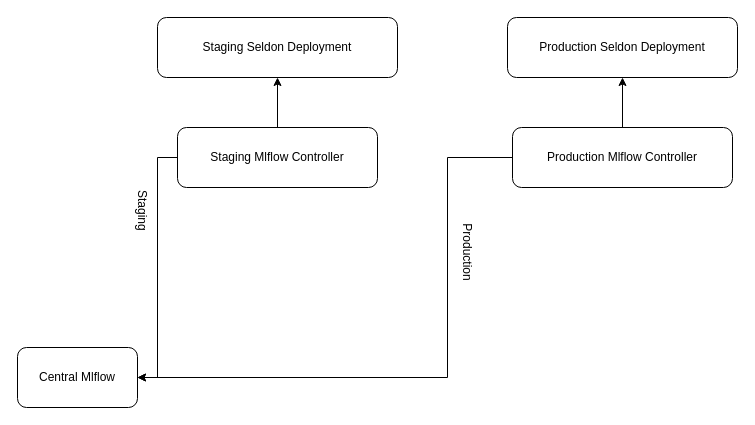
The draw.io diagram doc/Mlflow Deployment controller.drawio in rocket9-code/mlflow-deployment-controller, before the edit. Source tidied: cells renumbered, new cells numbered last; positions are measured from the earlier drawing's top-left corner, leaving out a move shared by most shapes. Both pictures are drawn from the tidied source at 100%, with x=0, y=0 at pixel (17, 17).
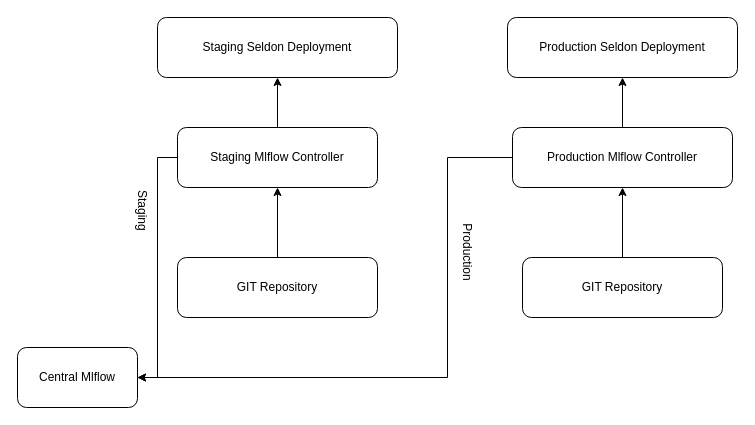
Above is the later version.

Diff of the diagram source:
```diff
@@
 <mxGraphModel>
   <root>
     <mxCell id="0" />
     <mxCell id="1" parent="0" />
     <mxCell id="2" value="Central Mlflow" style="rounded=1;whiteSpace=wrap;html=1;" parent="1" vertex="1">
       <mxGeometry y="330" width="120" height="60" as="geometry" />
     </mxCell>
     <mxCell id="3" style="edgeStyle=orthogonalEdgeStyle;rounded=0;jettySize=auto;html=1;entryX=1;entryY=0.5;entryDx=0;entryDy=0;" parent="1" edge="1" source="5" target="2">
       <mxGeometry relative="1" as="geometry" />
     </mxCell>
     <mxCell id="4" style="edgeStyle=orthogonalEdgeStyle;rounded=0;jettySize=auto;html=1;" parent="1" edge="1" source="5" target="11">
       <mxGeometry relative="1" as="geometry" />
     </mxCell>
     <mxCell id="5" value="Staging Mlflow Controller" style="rounded=1;whiteSpace=wrap;html=1;" parent="1" vertex="1">
       <mxGeometry x="160" y="110" width="200" height="60" as="geometry" />
     </mxCell>
     <mxCell id="6" style="edgeStyle=orthogonalEdgeStyle;rounded=0;jettySize=auto;html=1;entryX=1;entryY=0.5;entryDx=0;entryDy=0;" parent="1" edge="1" source="8" target="2">
       <mxGeometry relative="1" as="geometry">
         <Array as="points">
           <mxPoint x="430" y="140" />
           <mxPoint x="430" y="360" />
         </Array>
       </mxGeometry>
     </mxCell>
     <mxCell id="7" style="edgeStyle=orthogonalEdgeStyle;rounded=0;jettySize=auto;html=1;" parent="1" edge="1" source="8" target="12">
       <mxGeometry relative="1" as="geometry" />
     </mxCell>
     <mxCell id="8" value="Production Mlflow Controller" style="rounded=1;whiteSpace=wrap;html=1;" parent="1" vertex="1">
       <mxGeometry x="495" y="110" width="220" height="60" as="geometry" />
     </mxCell>
     <mxCell id="9" value="Staging&amp;nbsp;" style="text;html=1;strokeColor=none;fillColor=none;align=center;verticalAlign=middle;whiteSpace=wrap;rounded=0;rotation=90;" parent="1" vertex="1">
       <mxGeometry x="50" y="180" width="150" height="30" as="geometry" />
     </mxCell>
     <mxCell id="10" value="Production" style="text;html=1;strokeColor=none;fillColor=none;align=center;verticalAlign=middle;whiteSpace=wrap;rounded=0;rotation=90;" parent="1" vertex="1">
       <mxGeometry x="405" y="220" width="90" height="30" as="geometry" />
     </mxCell>
     <mxCell id="11" value="Staging Seldon Deployment" style="whiteSpace=wrap;html=1;rounded=1;" parent="1" vertex="1">
       <mxGeometry x="140" width="240" height="60" as="geometry" />
     </mxCell>
     <mxCell id="12" value="Production Seldon Deployment" style="whiteSpace=wrap;html=1;rounded=1;" parent="1" vertex="1">
       <mxGeometry x="490" width="230" height="60" as="geometry" />
     </mxCell>
+    <mxCell id="13" style="edgeStyle=orthogonalEdgeStyle;rounded=0;jettySize=auto;html=1;entryX=0.5;entryY=1;entryDx=0;entryDy=0;" parent="1" edge="1" source="14" target="5">
+      <mxGeometry relative="1" as="geometry" />
+    </mxCell>
+    <mxCell id="14" value="GIT Repository" style="rounded=1;whiteSpace=wrap;html=1;" parent="1" vertex="1">
+      <mxGeometry x="160" y="240" width="200" height="60" as="geometry" />
+    </mxCell>
+    <mxCell id="15" style="edgeStyle=orthogonalEdgeStyle;rounded=0;jettySize=auto;html=1;entryX=0.5;entryY=1;entryDx=0;entryDy=0;" parent="1" edge="1" source="16" target="8">
+      <mxGeometry relative="1" as="geometry" />
+    </mxCell>
+    <mxCell id="16" value="GIT Repository" style="rounded=1;whiteSpace=wrap;html=1;" parent="1" vertex="1">
+      <mxGeometry x="505" y="240" width="200" height="60" as="geometry" />
+    </mxCell>
   </root>
 </mxGraphModel>
```
